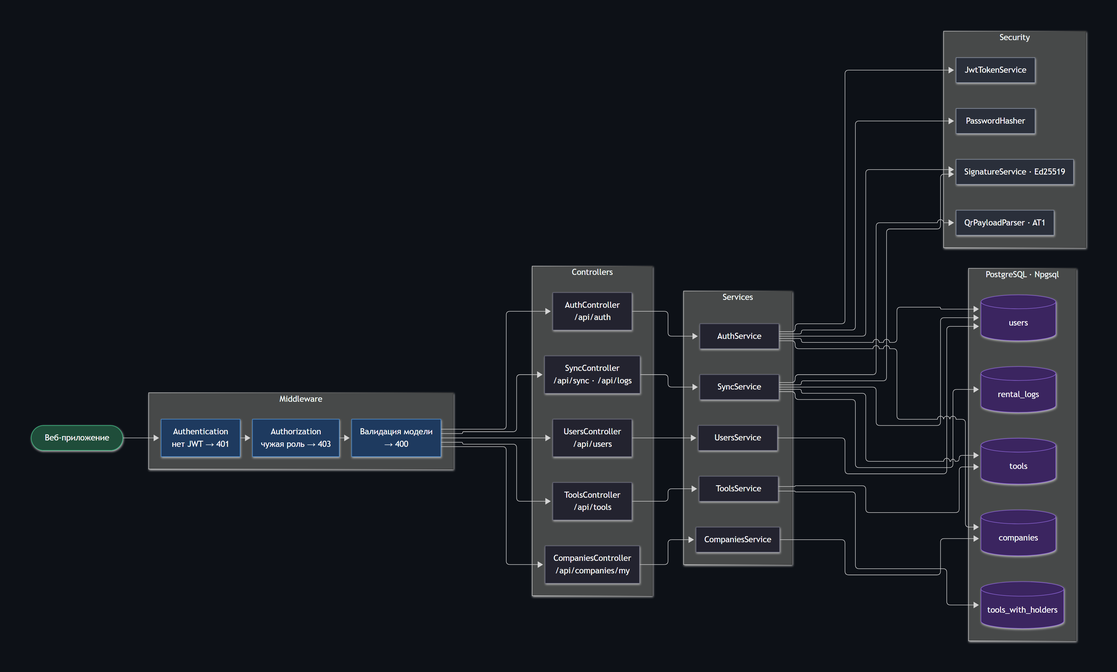
The Mermaid diagram docs/architecture/images/3-components.png in nelex12/account-this, before a commit. Its source is kept beside it as docs/architecture/3-components.mmd.
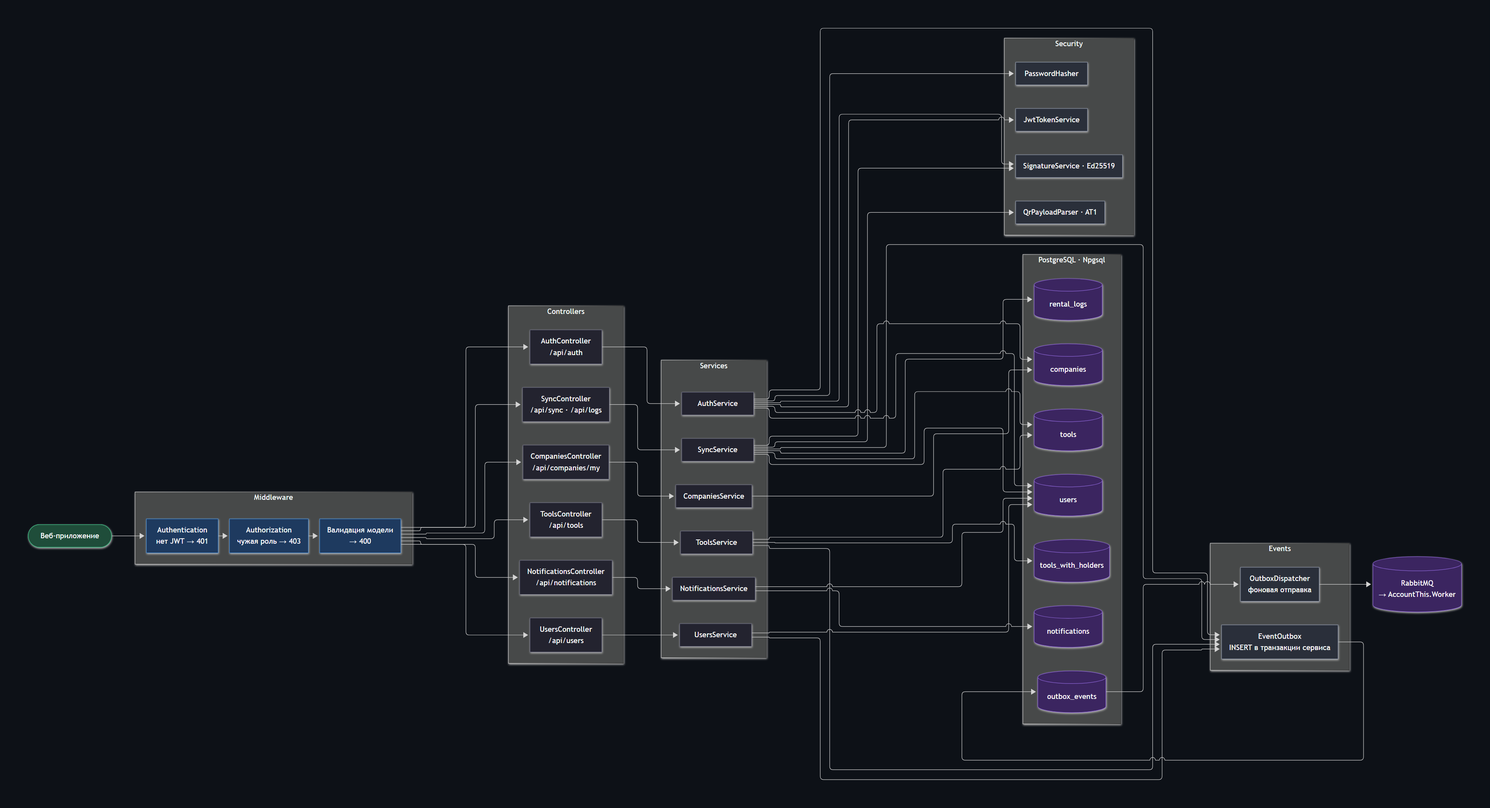
Later version of the same file.

The edit, as a diff of the source:
```diff
@@ -22,6 +22,7 @@
         UsersC["UsersController<br/>/api/users"]
         ToolsC["ToolsController<br/>/api/tools"]
         SyncC["SyncController<br/>/api/sync · /api/logs"]
+        NotificationsC["NotificationsController<br/>/api/notifications"]
     end
 
     subgraph Services["Services"]
@@ -30,7 +31,15 @@
         UsersS["UsersService"]
         ToolsS["ToolsService"]
         SyncS["SyncService"]
+        NotificationsS["NotificationsService"]
     end
+
+    subgraph Events["Events"]
+        Outbox["EventOutbox<br/>INSERT в транзакции сервиса"]
+        Dispatcher["OutboxDispatcher<br/>фоновая отправка"]
+    end
+
+    Rabbit[("RabbitMQ<br/>→ AccountThis.Worker")]
 
     subgraph Security["Security"]
         Hasher["PasswordHasher"]
@@ -45,16 +54,19 @@
         tools[("tools")]
         logs[("rental_logs")]
         holders[("tools_with_holders")]
+        outbox[("outbox_events")]
+        notifications[("notifications")]
     end
 
     Client --> AuthN
-    Valid --> AuthC & CompaniesC & UsersC & ToolsC & SyncC
+    Valid --> AuthC & CompaniesC & UsersC & ToolsC & SyncC & NotificationsC
 
     AuthC --> AuthS
     CompaniesC --> CompaniesS
     UsersC --> UsersS
     ToolsC --> ToolsS
     SyncC --> SyncS
+    NotificationsC --> NotificationsS
 
     AuthS --> Hasher & Jwt & Sig
     SyncS --> Qr & Sig
@@ -64,6 +76,11 @@
     UsersS --> users
     ToolsS --> tools & holders
     SyncS --> logs & tools & users
+    NotificationsS --> notifications & users
+
+    AuthS & UsersS & ToolsS & SyncS --> Outbox
+    Outbox --> outbox
+    outbox --> Dispatcher --> Rabbit
 
     classDef actor fill:#1f4d3a,stroke:#3fb27f,color:#fff
     classDef mw fill:#1e3a5f,stroke:#4a8fd6,color:#fff
@@ -73,6 +90,6 @@
 
     class Client actor
     class AuthN,AuthZ,Valid mw
-    class AuthC,CompaniesC,UsersC,ToolsC,SyncC,AuthS,CompaniesS,UsersS,ToolsS,SyncS code
-    class Hasher,Jwt,Sig,Qr helper
-    class companies,users,tools,logs,holders db
+    class AuthC,CompaniesC,UsersC,ToolsC,SyncC,NotificationsC,AuthS,CompaniesS,UsersS,ToolsS,SyncS,NotificationsS code
+    class Hasher,Jwt,Sig,Qr,Outbox,Dispatcher helper
+    class companies,users,tools,logs,holders,outbox,notifications,Rabbit db
```
